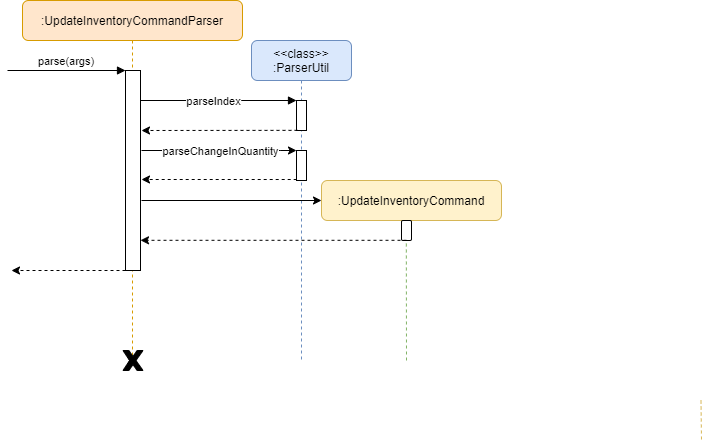
This is docs/images/UpdateInventoryCommandSequenceDiagram.png from nus-cs2103-AY2021S1/tp, a draw.io export, as it was before one commit. Source tidied: cells renumbered, new cells last; positions are measured from the earlier drawing's top-left corner, leaving out a move shared by most shapes.
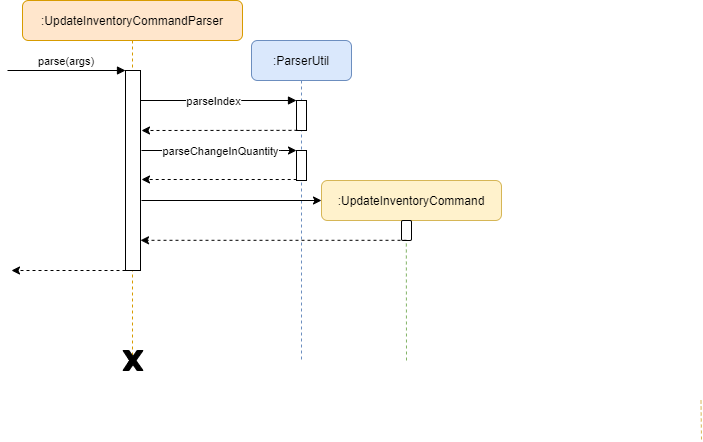
After the change.

Change to the diagram source:
```diff
@@ -13,7 +13,7 @@
         <mxPoint x="-15" y="70" as="sourcePoint" />
       </mxGeometry>
     </mxCell>
-    <mxCell id="5" value="&lt;&lt;class&gt;&gt;&#10;:ParserUtil" style="shape=umlLifeline;perimeter=lifelinePerimeter;rounded=1;shadow=0;strokeWidth=1;size=40;fillColor=#dae8fc;strokeColor=#6c8ebf;" parent="1" vertex="1">
+    <mxCell id="5" value=":ParserUtil" style="shape=umlLifeline;perimeter=lifelinePerimeter;rounded=1;shadow=0;strokeWidth=1;size=40;fillColor=#dae8fc;strokeColor=#6c8ebf;" parent="1" vertex="1">
       <mxGeometry x="244" y="40" width="100" height="320" as="geometry" />
     </mxCell>
     <mxCell id="6" style="points=[];perimeter=orthogonalPerimeter;rounded=0;shadow=0;strokeWidth=1;" parent="5" vertex="1">
```
